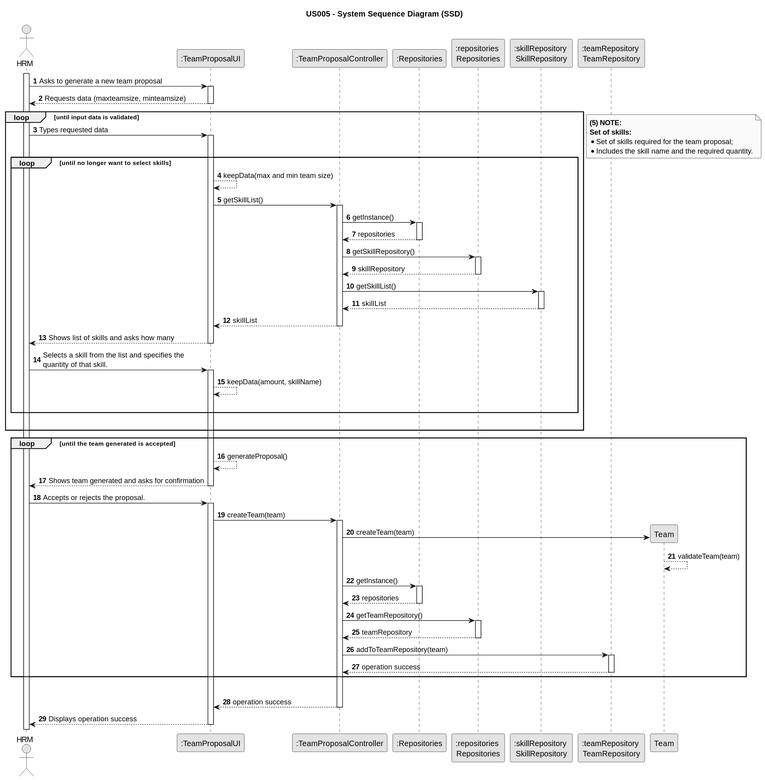
The PlantUML diagram docs/sprintB/us005/03.design/svg/us005-sequence-diagram.svg in Rui-San/LAPR2_2023_2024, before a commit.
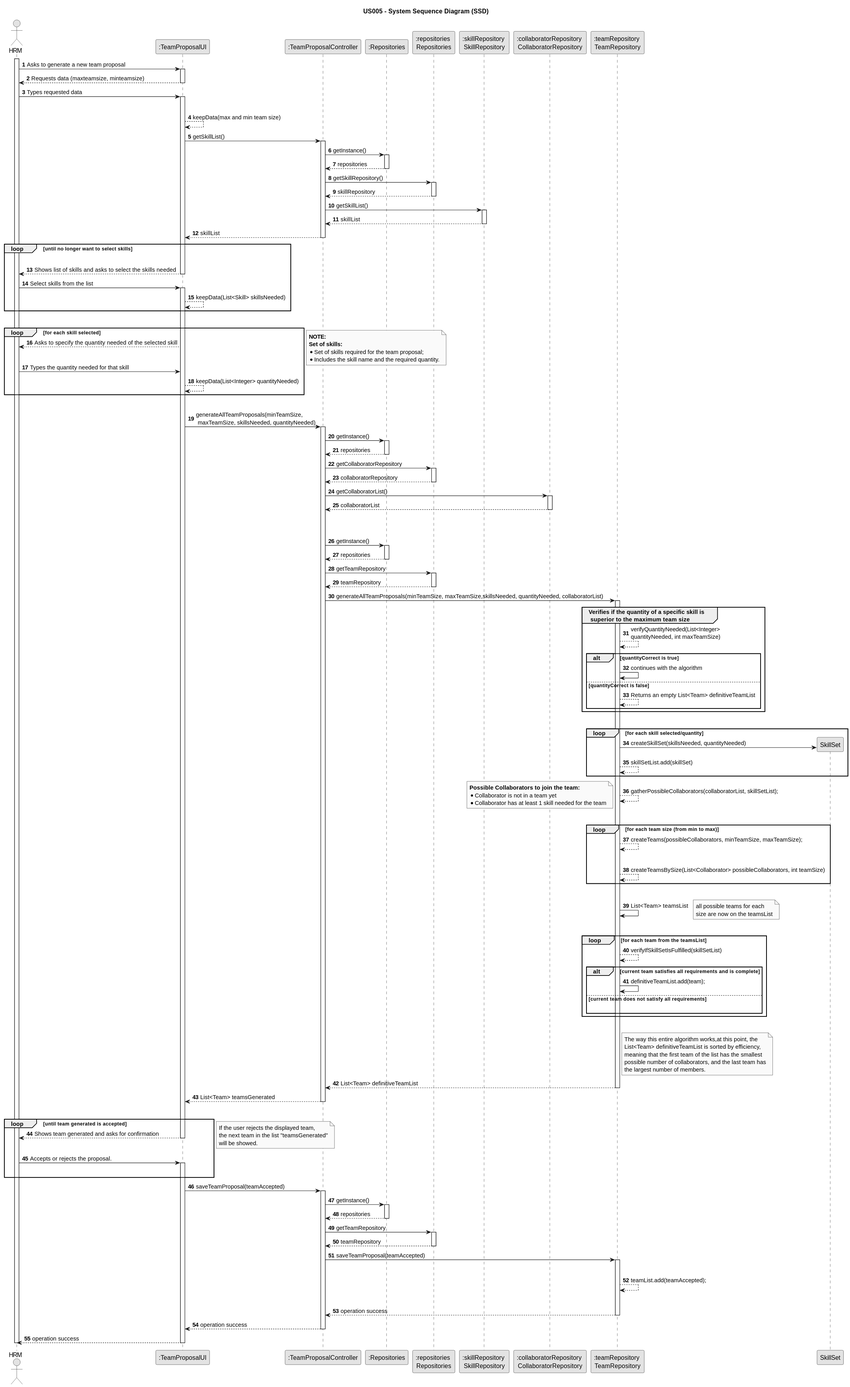
Later version of the same file.

Commit message:
US05 System sequence:

Fixed the plant uml code identation and created svg file.

What changed in the source:
```diff
@@ -7,113 +7,229 @@
 
 autonumber
 
-actor "HRM" as Employee
-participant ":TeamProposalUI" as System
-participant ":TeamProposalController" as TPC
+actor "HRM" as HRM
+participant ":TeamProposalUI" as UI
+participant ":TeamProposalController" as CTRL
 participant ":Repositories" as REP
 participant ":repositories \nRepositories" as REPS
 participant ":skillRepository \nSkillRepository" as SR
-participant ":teamRepository \nTeamRepository" as TP
+participant ":collaboratorRepository \nCollaboratorRepository" as CR
+participant ":teamRepository \nTeamRepository" as TR
 
 
-activate Employee
 
-    Employee -> System : Asks to generate a new team proposal
-    activate System
+activate HRM
 
-        System --> Employee : Requests data (maxteamsize, minteamsize)
-    deactivate System
+    HRM -> UI : Asks to generate a new team proposal
+    activate UI
 
-    loop until input data is validated
+        UI --> HRM : Requests data (maxteamsize, minteamsize)
+    deactivate UI
 
-    Employee -> System : Types requested data
+    HRM -> UI : Types requested data
+
+    |||
+    activate UI
+        UI --> UI : keepData(max and min team size)
+        UI -> CTRL : getSkillList()
+        activate CTRL
+
+            CTRL -> REP : getInstance()
+            activate REP
+
+                REP --> CTRL : repositories
+            deactivate REP
+            CTRL -> REPS : getSkillRepository()
+
+            activate REPS
+
+                REPS --> CTRL : skillRepository
+            deactivate REPS
+
+            CTRL -> SR : getSkillList()
+
+            activate SR
+
+                SR --> CTRL : skillList
+            deactivate SR
+
+            CTRL --> UI : skillList
+        deactivate CTRL
+
+        loop until no longer want to select skills
+            |||
+
+            UI --> HRM : Shows list of skills and asks to select the skills needed
+
+    deactivate UI
+
+    HRM -> UI : Select skills from the list
+
+    activate UI
+        UI --> UI : keepData(List<Skill> skillsNeeded)
+
+        end loop
+        |||
+
+        loop for each skill selected
+
+        activate UI
+
+            UI --> HRM : Asks to specify the quantity needed of the selected skill
+            |||
+            HRM -> UI : Types the quantity needed for that skill
+            UI --> UI : keepData(List<Integer> quantityNeeded)
+
+            end loop
+
+            note right
+            **NOTE:**
+            **Set of skills:**
+            *Set of skills required for the team proposal;
+            *Includes the skill name and the required quantity.
+            end note
+
+            |||
+            UI -> CTRL : generateAllTeamProposals(minTeamSize,\n maxTeamSize, skillsNeeded, quantityNeeded)
+
+            activate CTRL
+
+                CTRL -> REP : getInstance()
+                activate REP
+
+                    REP --> CTRL : repositories
+                deactivate REP
+                CTRL -> REPS : getCollaboratorRepository
+                activate REPS
+
+                    REPS --> CTRL : collaboratorRepository
+                deactivate REPS
+                CTRL -> CR : getCollaboratorList()
+                activate CR
+
+                    CR --> CTRL : collaboratorList
+                deactivate CR
+                |||
+                |||
+                CTRL -> REP : getInstance()
+                activate REP
+
+                    REP --> CTRL : repositories
+                deactivate REP
+                CTRL -> REPS : getTeamRepository
+                activate REPS
+
+                    REPS --> CTRL : teamRepository
+                deactivate REPS
+                CTRL -> TR : generateAllTeamProposals(minTeamSize, maxTeamSize,skillsNeeded, quantityNeeded, collaboratorList)
+                activate TR
+
+                    group Verifies if the quantity of a specific skill is\n superior to the maximum team size
+                    TR --> TR : verifyQuantityNeeded(List<Integer> \nquantityNeeded, int maxTeamSize)
+                    alt quantityCorrect is true
+
+                    TR -> TR : continues with the algorithm
+
+                    else quantityCorrect is false
+
+                    TR --> TR : Returns an empty List<Team> definitiveTeamList
+                    end
+
+                    end
+
+                       |||
+                    loop for each skill selected/quantity
+                    TR -> SkillSet** : createSkillSet(skillsNeeded, quantityNeeded)
+                    TR --> TR : skillSetList.add(skillSet)
+                    end
+
+                    TR --> TR : gatherPossibleCollaborators(collaboratorList, skillSetList);
+
+                    note left
+                    **Possible Collaborators to join the team:**
+                    *Collaborator is not in a team yet
+                    *Collaborator has at least 1 skill needed for the team
+                    end note
+                    |||
+
+                    loop for each team size (from min to max)
+                    TR --> TR : createTeams(possibleCollaborators, minTeamSize, maxTeamSize);
+                    |||
+                    TR --> TR: createTeamsBySize(List<Collaborator> possibleCollaborators, int teamSize)
+                    end
+                    |||
+                    TR -> TR: List<Team> teamsList
+                    note right
+                    all possible teams for each
+                    size are now on the teamsList
+                    end note
+                    |||
+                    loop for each team from the teamsList
+
+                    TR --> TR: verifyIfSkillSetIsFulfilled(skillSetList)
+                    alt current team satisfies all requirements and is complete
+                    TR -> TR : definitiveTeamList.add(team);
+                    else current team does not satisfy all requirements
+                    |||
+                    end
+
+                    end
+                    |||
+                    note right of TR
+                    The way this entire algorithm works,at this point, the
+                    List<Team> definitiveTeamList is sorted by efficiency,
+                    meaning that the first team of the list has the smallest
+                    possible number of collaborators, and the last team has
+                    the largest number of members.
+                    end note
+                    TR --> CTRL : List<Team> definitiveTeamList
+                deactivate TR
+
+                CTRL --> UI : List<Team> teamsGenerated
+            deactivate CTRL
+           |||
+
+            loop until team generated is accepted
+            UI --> HRM : Shows team generated and asks for confirmation
+            |||
+        deactivate UI
+        HRM -> UI : Accepts or rejects the proposal.
+        |||
+        activate UI
+            end
+            note right
+            If the user rejects the displayed team,
+            the next team in the list "teamsGenerated"
+            will be showed.
+            end note
+
+            UI -> CTRL : saveTeamProposal(teamAccepted)
+            activate CTRL
+
+                CTRL -> REP : getInstance()
+                activate REP
+
+                    REP --> CTRL : repositories
+                deactivate REP
+                CTRL -> REPS : getTeamRepository
+                activate REPS
+
+                    REPS --> CTRL : teamRepository
+                deactivate REPS
+                CTRL -> TR : saveTeamProposal(teamAccepted)
+                activate TR
+                    |||
+                    TR --> TR : teamList.add(teamAccepted);
+                    |||
+                    TR --> CTRL : operation success
+                deactivate TR
+
+                CTRL --> UI : operation success
+            deactivate CTRL
+            UI --> HRM : operation success
+        deactivate UI
 
 
-    |||
-        loop until no longer want to select skills
-            activate System
-                System --> System : keepData(max and min team size)
-                System -> TPC : getSkillList()
 
-                activate TPC
-                    TPC -> REP : getInstance()
-
-                    activate REP
-                        REP --> TPC : repositories
-                    deactivate REP
-                    TPC -> REPS : getSkillRepository()
-
-                    activate REPS
-                        REPS --> TPC : skillRepository
-                    deactivate REPS
-
-                    TPC -> SR : getSkillList()
-
-                    activate SR
-                    SR --> TPC : skillList
-                    deactivate SR
-
-                    TPC --> System : skillList
-                deactivate TPC
-                System --> Employee : Shows list of skills and asks how many
-            deactivate System
-
-            Employee -> System : Selects a skill from the list and specifies the \nquantity of that skill.
-            activate System
-            System --> System : keepData(amount, skillName)
-    |||
-        end loop
-
-    |||
-
-        end loop
-
-        note right
-                **(5) NOTE:**
-                **Set of skills:**
-                *Set of skills required for the team proposal;
-                *Includes the skill name and the required quantity.
-        end note
-
-    loop until the team generated is accepted
-    System --> System: generateProposal()
-
-
-        System --> Employee : Shows team generated and asks for confirmation
-
-    deactivate System
-
-
-    Employee -> System : Accepts or rejects the proposal.
-    activate System
-        System -> TPC : createTeam(team)
-        activate TPC
-
-            TPC -> Team** : createTeam(team)
-            Team --> Team : validateTeam(team)
-            TPC -> REP : getInstance()
-
-                activate REP
-                REP --> TPC : repositories
-                deactivate REP
-                TPC -> REPS : getTeamRepository()
-
-                activate REPS
-                REPS --> TPC : teamRepository
-                deactivate REPS
-                TPC -> TP : addToTeamRepository(team)
-
-                activate TP
-                TP --> TPC : operation success
-                deactivate TP
-
-
-    end loop
-    |||
-        TPC --> System : operation success
-        deactivate TPC
-
-
-        System --> Employee : Displays operation success
-    deactivate System
+deactivate HRM
 @enduml
```
